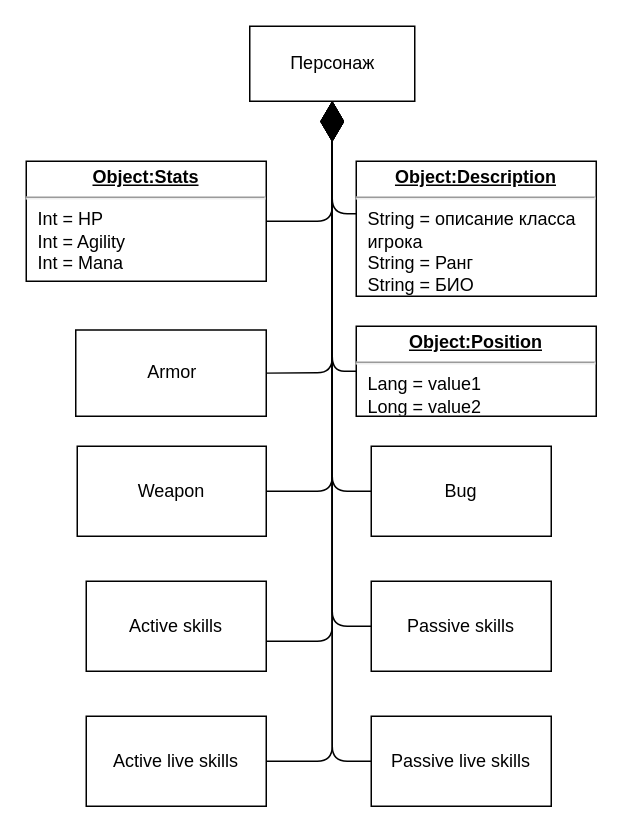
This is page "Person" (9 of 11) of Architecture.drawio from PhoenixVRN/Mafia, a draw.io file, before an edit. Source tidied: cells renumbered, new cells numbered last; positions are measured from the earlier drawing's top-left corner, leaving out a move shared by most shapes. Both pictures are drawn from the tidied source at 150%, with x=0, y=0 at pixel (26, 26).
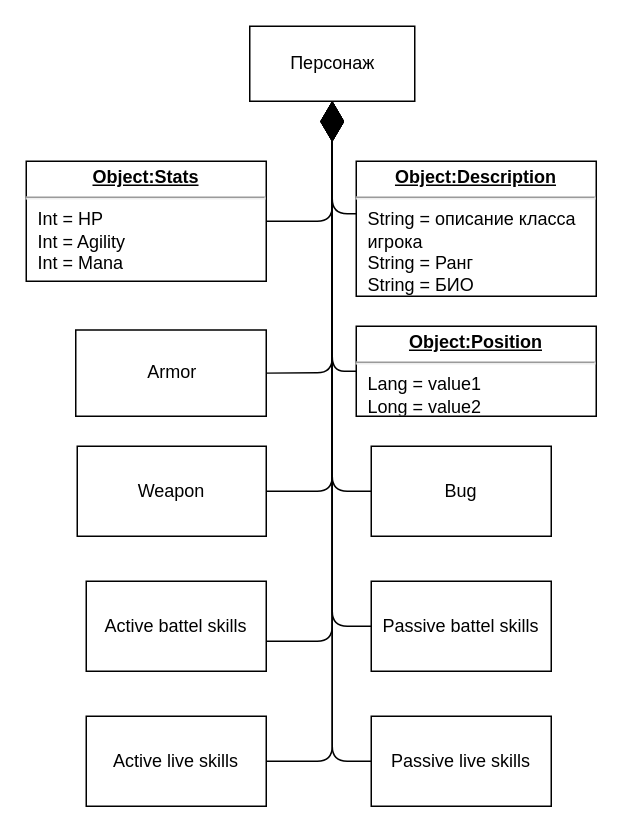
Above is the later version.

Diff of the diagram source:
```diff
@@
-    <mxCell id="15" value="Active skills" style="rounded=0;whiteSpace=wrap;html=1;" parent="1" vertex="1">
+    <mxCell id="15" value="Active battel skills" style="rounded=0;whiteSpace=wrap;html=1;" parent="1" vertex="1">
       <mxGeometry x="40" y="370" width="120" height="60" as="geometry" />
     </mxCell>
-    <mxCell id="16" value="Passive skills" style="rounded=0;whiteSpace=wrap;html=1;" parent="1" vertex="1">
+    <mxCell id="16" value="Passive battel skills" style="rounded=0;whiteSpace=wrap;html=1;" parent="1" vertex="1">
       <mxGeometry x="230" y="370" width="120" height="60" as="geometry" />
     </mxCell>
```
